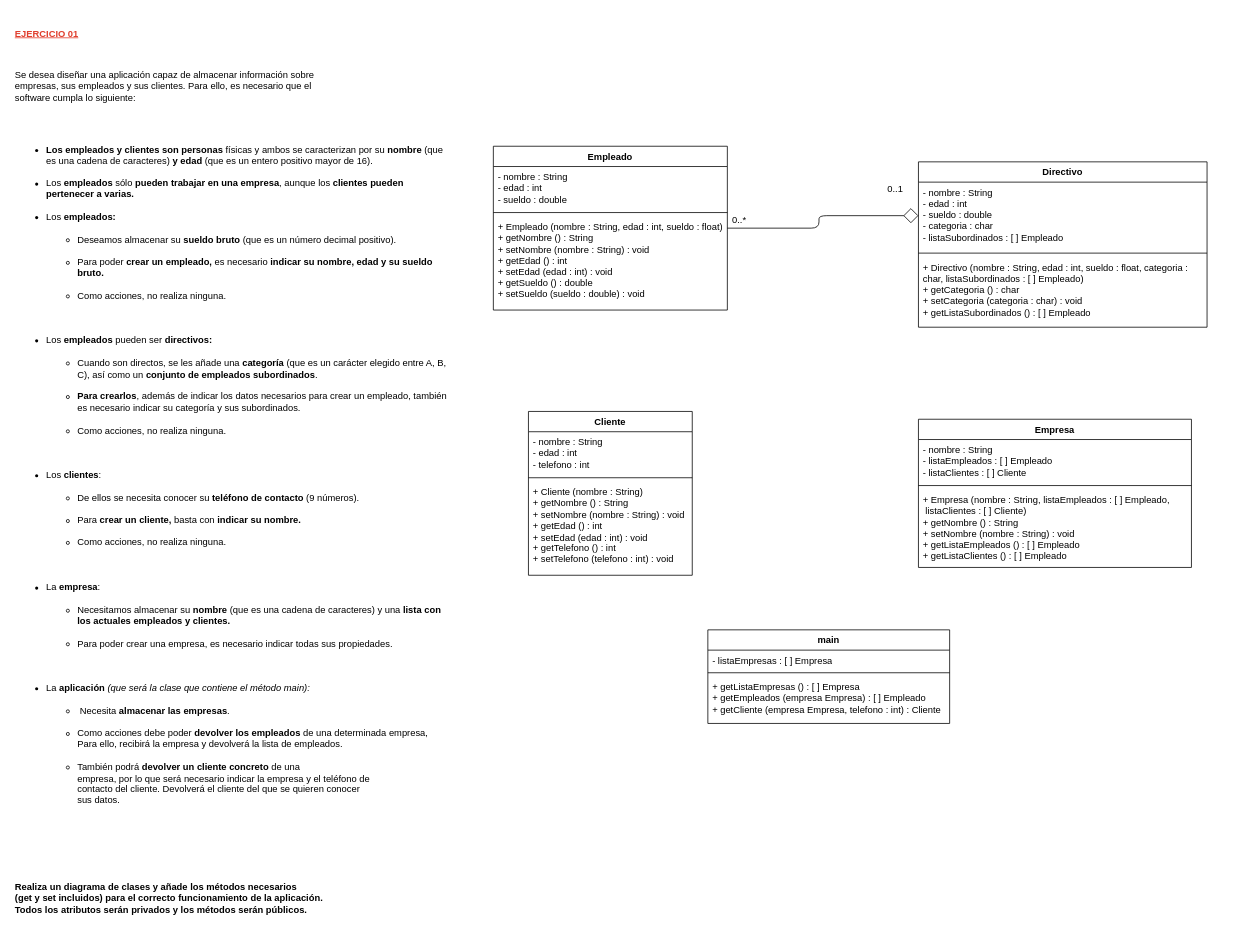
Earlier version of the draw.io diagram page "Page-1" (1 of 2) of Entornos/Diagramas de clase.drawio (fersanzenrique-cell/learningCode). Source tidied: cells renumbered, new cells numbered last; positions are measured from the earlier drawing's top-left corner, leaving out a move shared by most shapes. Both pictures are drawn from the tidied source at 78%, with x=0, y=0 at pixel (13, 13).
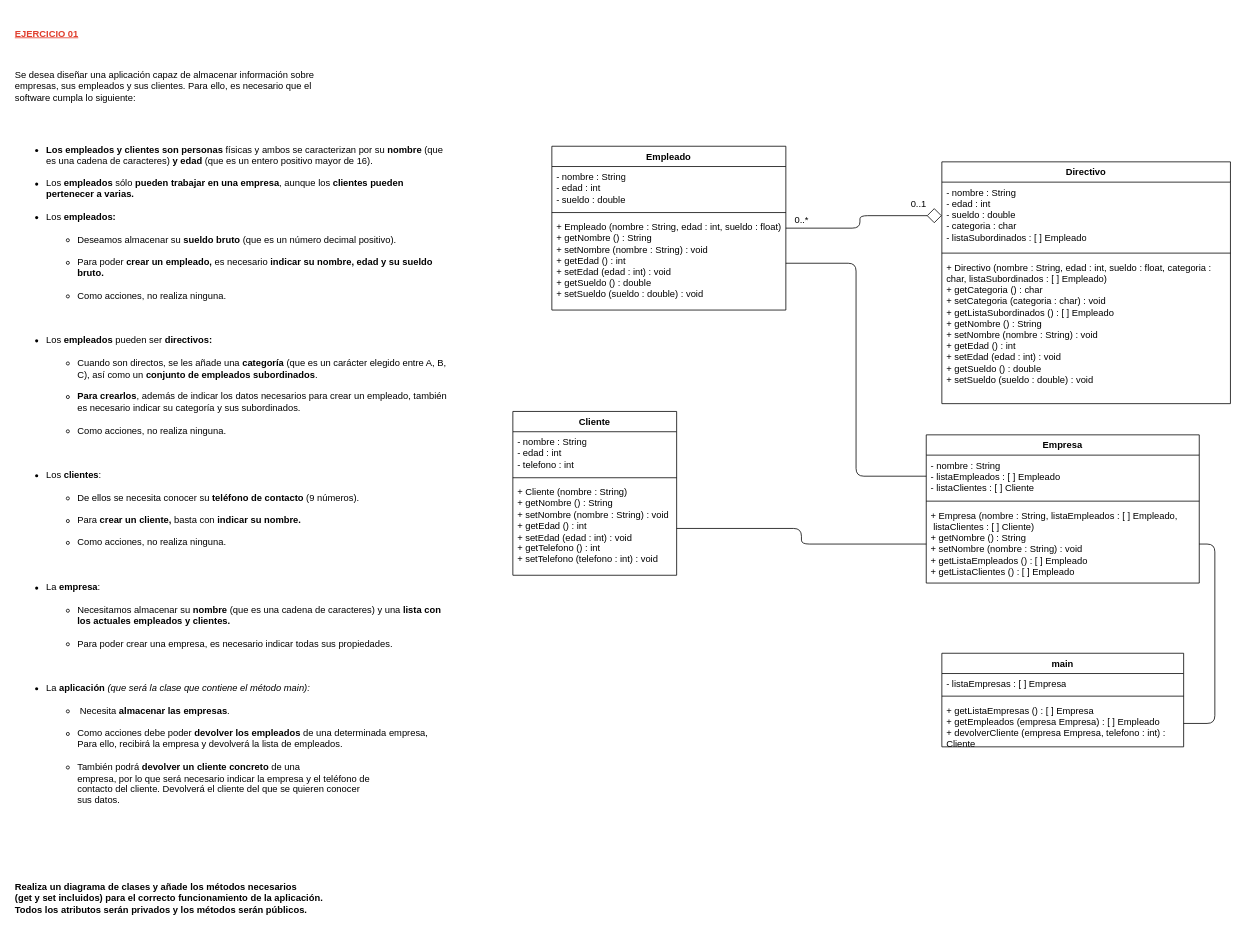
The same diagram, later.

Unchanged cells that the change refers to:
```xml
<mxCell id="7" value="+ Empleado (nombre : String, edad : int, sueldo : float)&lt;br&gt;+ getNombre () : String&lt;br&gt;+ setNombre (nombre : String) : void&lt;br&gt;+ getEdad () : int&lt;br&gt;+ setEdad (edad : int) : void&lt;br&gt;+ getSueldo () : double&lt;br&gt;+ setSueldo (sueldo : double) : void" style="text;strokeColor=none;fillColor=none;align=left;verticalAlign=top;spacingLeft=4;spacingRight=4;overflow=hidden;points=[[0,0.5],[1,0.5]];portConstraint=eastwest;whiteSpace=wrap;html=1;" parent="4" vertex="1">
  <mxGeometry y="90" width="300" height="120" as="geometry" />
</mxCell>
<mxCell id="15" value="+ Cliente (nombre : String)&lt;br&gt;+ getNombre () : String&lt;br style=&quot;border-color: var(--border-color);&quot;&gt;+ setNombre (nombre : String) : void&lt;br style=&quot;border-color: var(--border-color);&quot;&gt;+ getEdad () : int&lt;br style=&quot;border-color: var(--border-color);&quot;&gt;+ setEdad (edad : int) : void&lt;br style=&quot;border-color: var(--border-color);&quot;&gt;+ getTelefono () : int&lt;br style=&quot;border-color: var(--border-color);&quot;&gt;+ setTelefono (telefono : int) : void" style="text;strokeColor=none;fillColor=none;align=left;verticalAlign=top;spacingLeft=4;spacingRight=4;overflow=hidden;points=[[0,0.5],[1,0.5]];portConstraint=eastwest;whiteSpace=wrap;html=1;" parent="12" vertex="1">
  <mxGeometry y="90" width="210" height="120" as="geometry" />
</mxCell>
<mxCell id="17" value="- nombre : String&lt;br&gt;- listaEmpleados : [ ] Empleado&lt;br&gt;- listaClientes : [ ] Cliente" style="text;strokeColor=none;fillColor=none;align=left;verticalAlign=top;spacingLeft=4;spacingRight=4;overflow=hidden;points=[[0,0.5],[1,0.5]];portConstraint=eastwest;whiteSpace=wrap;html=1;" parent="16" vertex="1">
  <mxGeometry y="26" width="350" height="54" as="geometry" />
</mxCell>
<mxCell id="19" value="+ Empresa (nombre : String, listaEmpleados : [ ] Empleado,&lt;br style=&quot;border-color: var(--border-color);&quot;&gt;&amp;nbsp;listaClientes : [ ] Cliente)&lt;br&gt;+ getNombre () : String&lt;br style=&quot;border-color: var(--border-color);&quot;&gt;+ setNombre (nombre : String) : void&lt;br&gt;+ getListaEmpleados () : [ ] Empleado&lt;br&gt;+ getListaClientes () : [ ] Empleado" style="text;strokeColor=none;fillColor=none;align=left;verticalAlign=top;spacingLeft=4;spacingRight=4;overflow=hidden;points=[[0,0.5],[1,0.5]];portConstraint=eastwest;whiteSpace=wrap;html=1;" parent="16" vertex="1">
  <mxGeometry y="90" width="350" height="100" as="geometry" />
</mxCell>
```

Change to the diagram source:
```diff
@@
     <mxCell id="4" value="Empleado" style="swimlane;fontStyle=1;align=center;verticalAlign=top;horizontal=1;startSize=26;whiteSpace=wrap;html=1;" parent="1" vertex="1">
-      <mxGeometry x="615" y="170" width="300" height="210" as="geometry" />
+      <mxGeometry x="690" y="170" width="300" height="210" as="geometry" />
     </mxCell>
@@
     <mxCell id="8" value="Directivo" style="swimlane;fontStyle=1;align=center;verticalAlign=top;horizontal=1;startSize=26;whiteSpace=wrap;html=1;" parent="1" vertex="1">
-      <mxGeometry x="1160" y="190" width="370" height="212" as="geometry" />
+      <mxGeometry x="1190" y="190" width="370" height="310" as="geometry" />
     </mxCell>
@@
-    <mxCell id="11" value="+ Directivo (nombre : String, edad : int, sueldo : float, categoria : char, listaSubordinados : [ ] Empleado)&lt;br&gt;+ getCategoria () : char&lt;br&gt;+ setCategoria (categoria : char) : void&lt;br&gt;+ getListaSubordinados () : [ ] Empleado" style="text;strokeColor=none;fillColor=none;align=left;verticalAlign=top;spacingLeft=4;spacingRight=4;overflow=hidden;whiteSpace=wrap;html=1;" parent="8" vertex="1">
-      <mxGeometry y="122" width="370" height="90" as="geometry" />
+    <mxCell id="11" value="+ Directivo (nombre : String, edad : int, sueldo : float, categoria : char, listaSubordinados : [ ] Empleado)&lt;br&gt;+ getCategoria () : char&lt;br&gt;+ setCategoria (categoria : char) : void&lt;br&gt;+ getListaSubordinados () : [ ] Empleado&lt;br&gt;+ getNombre () : String&lt;br style=&quot;border-color: var(--border-color);&quot;&gt;+ setNombre (nombre : String) : void&lt;br style=&quot;border-color: var(--border-color);&quot;&gt;+ getEdad () : int&lt;br style=&quot;border-color: var(--border-color);&quot;&gt;+ setEdad (edad : int) : void&lt;br style=&quot;border-color: var(--border-color);&quot;&gt;+ getSueldo () : double&lt;br style=&quot;border-color: var(--border-color);&quot;&gt;+ setSueldo (sueldo : double) : void" style="text;strokeColor=none;fillColor=none;align=left;verticalAlign=top;spacingLeft=4;spacingRight=4;overflow=hidden;whiteSpace=wrap;html=1;" parent="8" vertex="1">
+      <mxGeometry y="122" width="370" height="188" as="geometry" />
     </mxCell>
     <mxCell id="12" value="Cliente" style="swimlane;fontStyle=1;align=center;verticalAlign=top;horizontal=1;startSize=26;whiteSpace=wrap;html=1;" parent="1" vertex="1">
-      <mxGeometry x="660" y="510" width="210" height="210" as="geometry" />
+      <mxGeometry x="640" y="510" width="210" height="210" as="geometry" />
     </mxCell>
@@
     <mxCell id="16" value="Empresa" style="swimlane;fontStyle=1;align=center;verticalAlign=top;horizontal=1;startSize=26;whiteSpace=wrap;html=1;" parent="1" vertex="1">
-      <mxGeometry x="1160" y="520" width="350" height="190" as="geometry" />
+      <mxGeometry x="1170" y="540" width="350" height="190" as="geometry" />
     </mxCell>
@@
     <mxCell id="20" value="main" style="swimlane;fontStyle=1;align=center;verticalAlign=top;horizontal=1;startSize=26;whiteSpace=wrap;html=1;" parent="1" vertex="1">
-      <mxGeometry x="890" y="790" width="310" height="120" as="geometry" />
+      <mxGeometry x="1190" y="820" width="310" height="120" as="geometry" />
     </mxCell>
@@
-    <mxCell id="23" value="+ getListaEmpresas () : [ ] Empresa&lt;br&gt;+ getEmpleados (empresa Empresa) : [ ] Empleado&lt;br&gt;+ getCliente (empresa Empresa, telefono : int) : Cliente&amp;nbsp;" style="text;strokeColor=none;fillColor=none;align=left;verticalAlign=top;spacingLeft=4;spacingRight=4;overflow=hidden;points=[[0,0.5],[1,0.5]];portConstraint=eastwest;whiteSpace=wrap;html=1;" parent="20" vertex="1">
+    <mxCell id="23" value="+ getListaEmpresas () : [ ] Empresa&lt;br&gt;+ getEmpleados (empresa Empresa) : [ ] Empleado&lt;br&gt;+ devolverCliente (empresa Empresa, telefono : int) : Cliente&amp;nbsp;" style="text;strokeColor=none;fillColor=none;align=left;verticalAlign=top;spacingLeft=4;spacingRight=4;overflow=hidden;points=[[0,0.5],[1,0.5]];portConstraint=eastwest;whiteSpace=wrap;html=1;" parent="20" vertex="1">
       <mxGeometry y="60" width="310" height="60" as="geometry" />
     </mxCell>
     <mxCell id="24" value="0..*" style="text;html=1;align=center;verticalAlign=middle;strokeColor=none;fillColor=none;" parent="1" vertex="1">
-      <mxGeometry x="910" y="250" width="40" height="30" as="geometry" />
+      <mxGeometry x="990" y="250" width="40" height="30" as="geometry" />
     </mxCell>
     <mxCell id="25" value="0..1" style="text;html=1;align=center;verticalAlign=middle;strokeColor=none;fillColor=none;" parent="1" vertex="1">
-      <mxGeometry x="1110" y="210" width="40" height="30" as="geometry" />
+      <mxGeometry x="1140" y="230" width="40" height="30" as="geometry" />
     </mxCell>
+    <mxCell id="26" style="edgeStyle=orthogonalEdgeStyle;jettySize=auto;html=1;exitX=1;exitY=0.5;exitDx=0;exitDy=0;entryX=0;entryY=0.5;entryDx=0;entryDy=0;rounded=1;endArrow=none;endFill=0;" parent="1" edge="1" source="15" target="19">
+      <mxGeometry relative="1" as="geometry" />
+    </mxCell>
+    <mxCell id="27" style="edgeStyle=orthogonalEdgeStyle;jettySize=auto;html=1;exitX=1;exitY=0.5;exitDx=0;exitDy=0;entryX=0;entryY=0.5;entryDx=0;entryDy=0;rounded=1;endArrow=none;endFill=0;" parent="1" edge="1" source="7" target="17">
+      <mxGeometry relative="1" as="geometry" />
+    </mxCell>
+    <mxCell id="28" style="edgeStyle=orthogonalEdgeStyle;jettySize=auto;html=1;entryX=1;entryY=0.5;entryDx=0;entryDy=0;exitX=1;exitY=0.5;exitDx=0;exitDy=0;rounded=1;endArrow=none;endFill=0;" parent="1" edge="1" source="19" target="23">
+      <mxGeometry relative="1" as="geometry" />
+    </mxCell>
```
